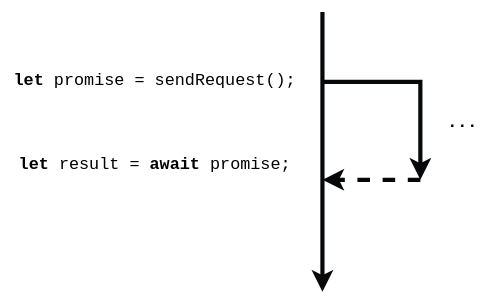
Above: images/js-promise.drawio.svg in nikomatsakis/lsrtm-2022-05 (draw.io), before the change. Source tidied: cells renumbered, new cells last; positions are measured from the earlier drawing's top-left corner, leaving out a move shared by most shapes. Source of this version:
```xml
<mxGraphModel>
  <root>
    <mxCell id="0" />
    <mxCell id="1" parent="0" />
    <mxCell id="2" style="endArrow=classic;html=1;rounded=0;fillColor=#dae8fc;strokeColor=#06080A;strokeWidth=3;" parent="1" edge="1">
      <mxGeometry relative="1" as="geometry">
        <mxPoint x="230" as="sourcePoint" />
        <mxPoint x="230" y="200" as="targetPoint" />
      </mxGeometry>
    </mxCell>
    <mxCell id="3" style="endArrow=classic;html=1;rounded=0;strokeColor=#06080A;strokeWidth=3;" parent="1" edge="1">
      <mxGeometry relative="1" as="geometry">
        <mxPoint x="230" y="50" as="sourcePoint" />
        <mxPoint x="300" y="120" as="targetPoint" />
        <Array as="points">
          <mxPoint x="300" y="50" />
        </Array>
      </mxGeometry>
    </mxCell>
    <mxCell id="4" value="&lt;pre&gt;&lt;code class=&quot;js hljs javascript remark-code&quot;&gt;&lt;span class=&quot;hljs-keyword&quot;&gt;&lt;b&gt;let&lt;/b&gt;&lt;/span&gt; promise = sendRequest();&lt;/code&gt;&lt;/pre&gt;" style="text;html=1;align=center;verticalAlign=middle;strokeColor=none;fillColor=none;" parent="1" vertex="1">
      <mxGeometry y="30" width="220" height="40" as="geometry" />
    </mxCell>
    <mxCell id="5" value="&lt;pre&gt;&lt;code class=&quot;js hljs javascript remark-code&quot;&gt;&lt;span class=&quot;hljs-keyword&quot;&gt;&lt;b&gt;let&lt;/b&gt;&lt;/span&gt; result = &lt;span class=&quot;hljs-keyword&quot;&gt;&lt;b&gt;await&lt;/b&gt;&lt;/span&gt; promise;&lt;/code&gt;&lt;/pre&gt;" style="text;html=1;align=center;verticalAlign=middle;strokeColor=none;fillColor=none;" parent="1" vertex="1">
      <mxGeometry x="5" y="90" width="210" height="40" as="geometry" />
    </mxCell>
    <mxCell id="6" style="endArrow=classic;html=1;rounded=0;strokeColor=#06080A;strokeWidth=3;dashed=1;" parent="1" edge="1">
      <mxGeometry relative="1" as="geometry">
        <mxPoint x="300" y="120" as="sourcePoint" />
        <mxPoint x="230" y="120" as="targetPoint" />
      </mxGeometry>
    </mxCell>
    <mxCell id="7" value="&lt;pre&gt;&lt;b&gt;...&lt;/b&gt;&lt;/pre&gt;" style="text;html=1;align=center;verticalAlign=middle;strokeColor=none;fillColor=none;" parent="1" vertex="1">
      <mxGeometry x="310" y="60" width="40" height="40" as="geometry" />
    </mxCell>
  </root>
</mxGraphModel>
```
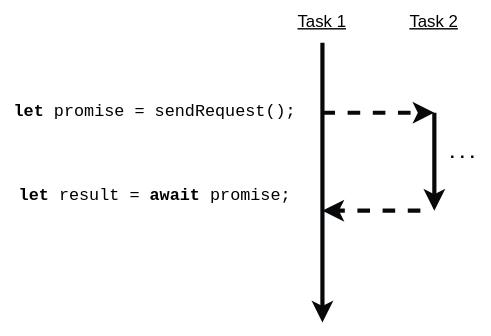
Above is the later version.

What changed in the source:
```diff
@@ -8,15 +8,6 @@
         <mxPoint x="230" y="200" as="targetPoint" />
       </mxGeometry>
     </mxCell>
-    <mxCell id="3" style="endArrow=classic;html=1;rounded=0;strokeColor=#06080A;strokeWidth=3;" parent="1" edge="1">
-      <mxGeometry relative="1" as="geometry">
-        <mxPoint x="230" y="50" as="sourcePoint" />
-        <mxPoint x="300" y="120" as="targetPoint" />
-        <Array as="points">
-          <mxPoint x="300" y="50" />
-        </Array>
-      </mxGeometry>
-    </mxCell>
     <mxCell id="4" value="&lt;pre&gt;&lt;code class=&quot;js hljs javascript remark-code&quot;&gt;&lt;span class=&quot;hljs-keyword&quot;&gt;&lt;b&gt;let&lt;/b&gt;&lt;/span&gt; promise = sendRequest();&lt;/code&gt;&lt;/pre&gt;" style="text;html=1;align=center;verticalAlign=middle;strokeColor=none;fillColor=none;" parent="1" vertex="1">
       <mxGeometry y="30" width="220" height="40" as="geometry" />
     </mxCell>
@@ -32,5 +23,23 @@
     <mxCell id="7" value="&lt;pre&gt;&lt;b&gt;...&lt;/b&gt;&lt;/pre&gt;" style="text;html=1;align=center;verticalAlign=middle;strokeColor=none;fillColor=none;" parent="1" vertex="1">
       <mxGeometry x="310" y="60" width="40" height="40" as="geometry" />
     </mxCell>
+    <mxCell id="8" style="endArrow=classic;html=1;rounded=0;fillColor=#dae8fc;strokeColor=#06080A;strokeWidth=3;" parent="1" edge="1">
+      <mxGeometry relative="1" as="geometry">
+        <mxPoint x="310" y="50" as="sourcePoint" />
+        <mxPoint x="310" y="120" as="targetPoint" />
+      </mxGeometry>
+    </mxCell>
+    <mxCell id="9" style="endArrow=classic;html=1;rounded=0;strokeColor=#06080A;strokeWidth=3;dashed=1;" parent="1" edge="1">
+      <mxGeometry relative="1" as="geometry">
+        <mxPoint x="230" y="50" as="sourcePoint" />
+        <mxPoint x="310" y="50" as="targetPoint" />
+      </mxGeometry>
+    </mxCell>
+    <mxCell id="10" value="&lt;u&gt;Task 1&lt;/u&gt;" style="text;html=1;strokeColor=none;fillColor=none;align=center;verticalAlign=middle;whiteSpace=wrap;rounded=0;dashed=1;" parent="1" vertex="1">
+      <mxGeometry x="200" y="-30" width="60" height="30" as="geometry" />
+    </mxCell>
+    <mxCell id="11" value="&lt;u&gt;Task 2&lt;/u&gt;" style="text;html=1;strokeColor=none;fillColor=none;align=center;verticalAlign=middle;whiteSpace=wrap;rounded=0;dashed=1;" parent="1" vertex="1">
+      <mxGeometry x="280" y="-30" width="60" height="30" as="geometry" />
+    </mxCell>
   </root>
 </mxGraphModel>
```
